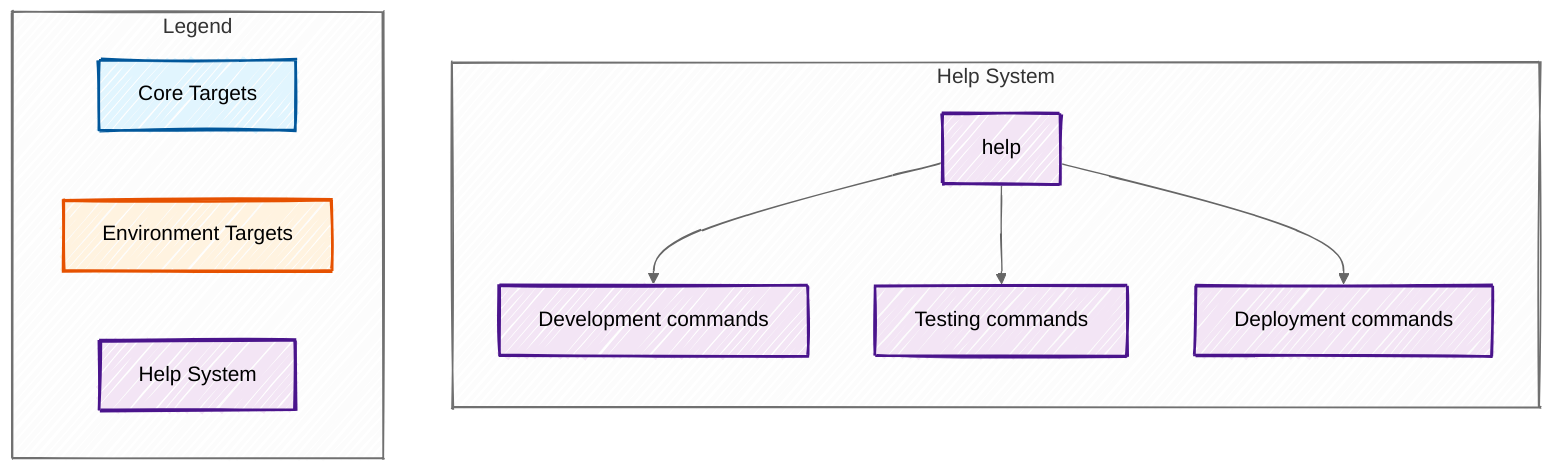
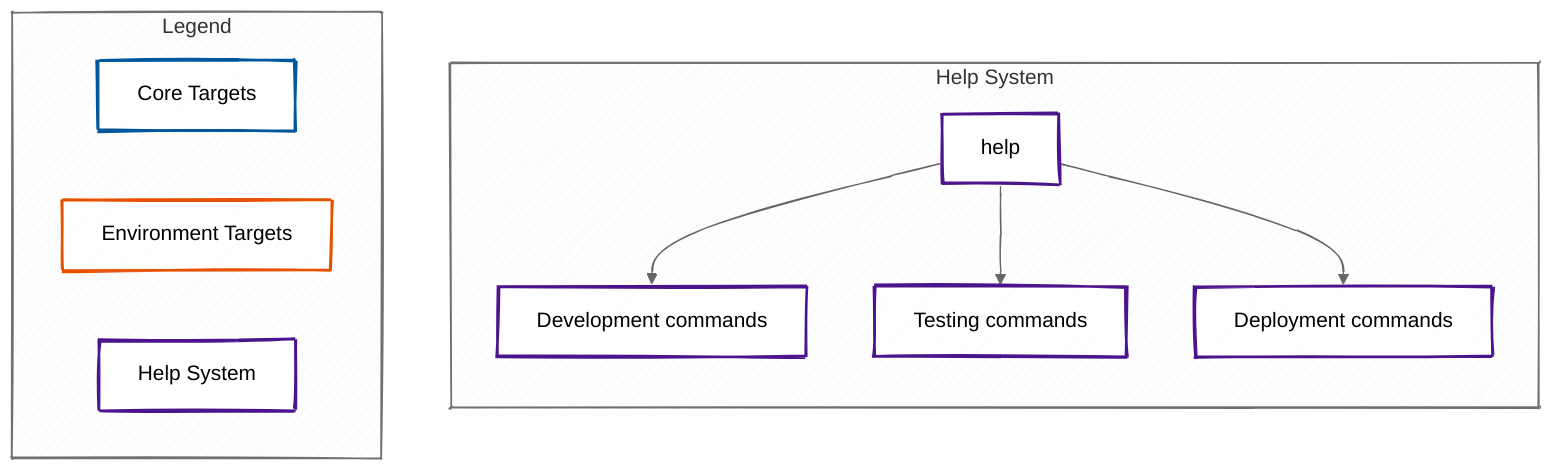
---
config:
  look: handDrawn
  theme: neutral
---
flowchart TD
    %% Styling
-     classDef core fill:#e1f5fe,stroke:#01579b,stroke-width:2px,color:#000
-     classDef env fill:#fff3e0,stroke:#e65100,stroke-width:2px,color:#000
-     classDef help fill:#f3e5f5,stroke:#4a148c,stroke-width:2px,color:#000
+     classDef core fill:#fff,stroke:#01579b,stroke-width:2px,color:#000
+     classDef env fill:#fff,stroke:#e65100,stroke-width:2px,color:#000
+     classDef help fill:#fff,stroke:#4a148c,stroke-width:2px,color:#000
    subgraph "Help System"
        direction TB
        H["help"]:::help
        HD["Development commands"]:::help
        HT["Testing commands"]:::help
        HDP["Deployment commands"]:::help

        H --> HD
        H --> HT
        H --> HDP
    end

    %% Legend
    subgraph "Legend"
        direction LR
        L1["Core Targets"]:::core
        L2["Environment Targets"]:::env
        L3["Help System"]:::help
    end
